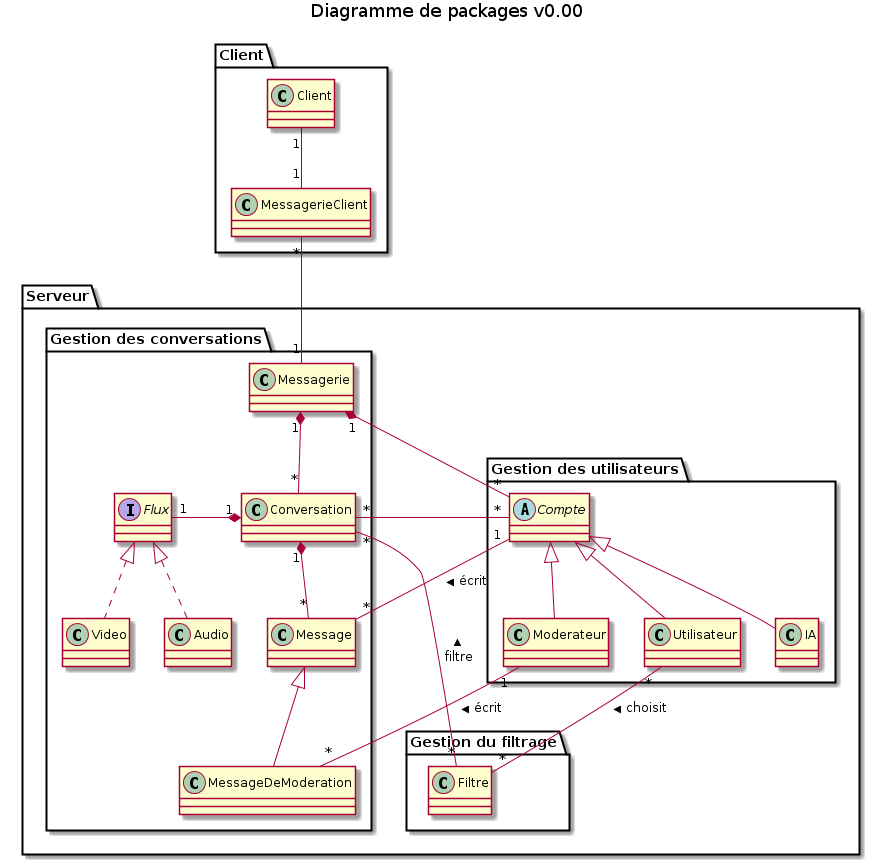
Earlier version of the PlantUML export DC/diagrammes/package-diag.png (gdarchen/WhatsASI).
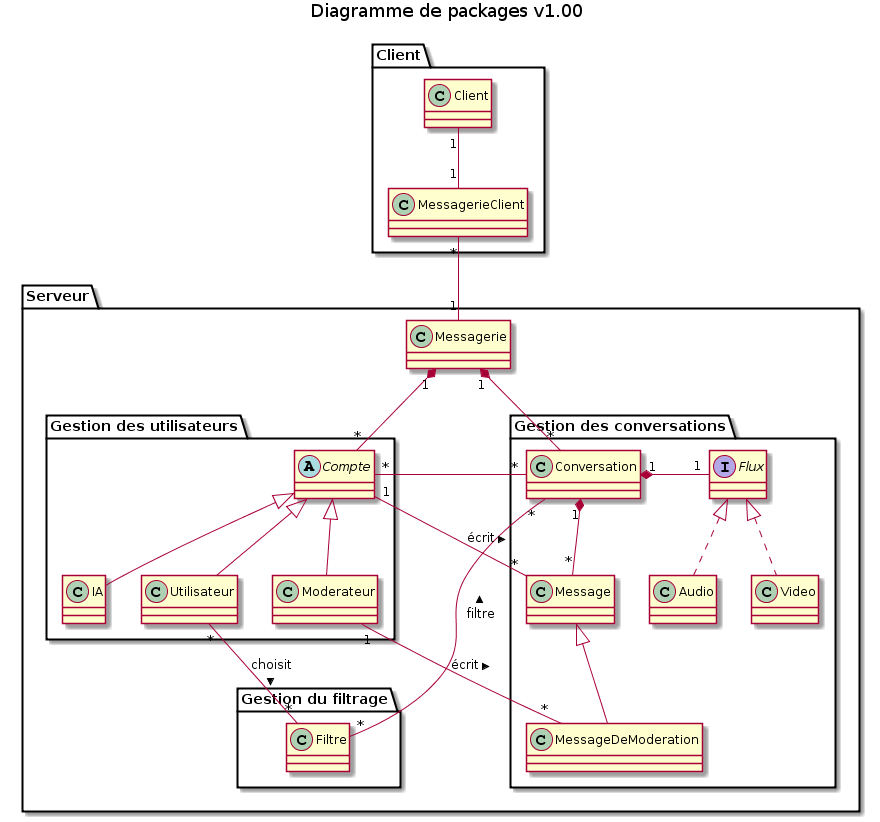
After the change.

What changed in the source:
```diff
@@ -1,10 +1,11 @@
 @startuml
-title Diagramme de packages v0.00
+title Diagramme de packages v1.00
 
 package Serveur{
 
+  class Messagerie
+
   package "Gestion des conversations"{
-    class Messagerie
     class Conversation
     class Video
     class Audio
```
